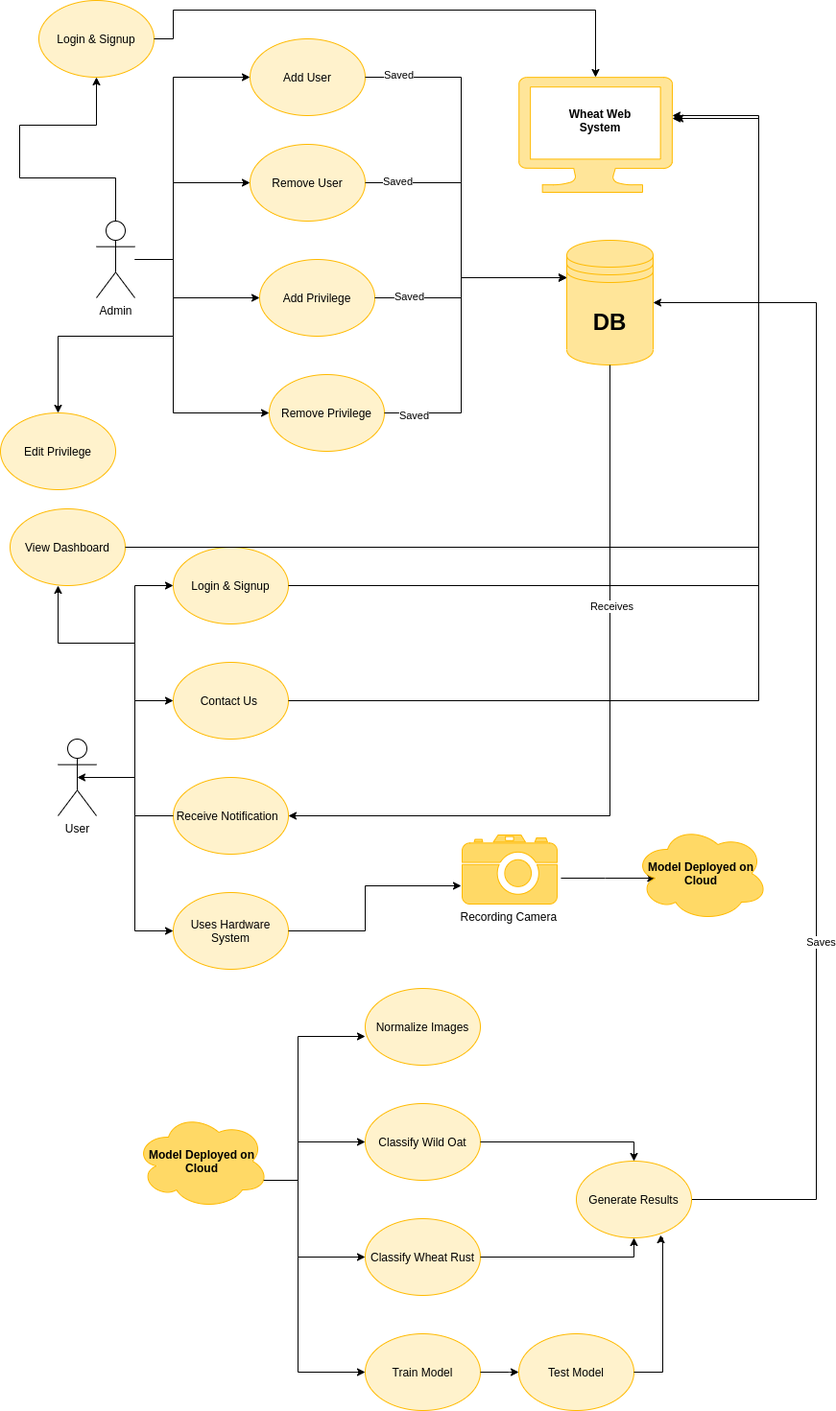
Earlier version of the draw.io export Diagrams/Operation_Scenario.png (BonyGeorge/Wheat-Impurities-System). Source tidied: cells renumbered, new cells last; positions are measured from the earlier drawing's top-left corner, leaving out a move shared by most shapes.
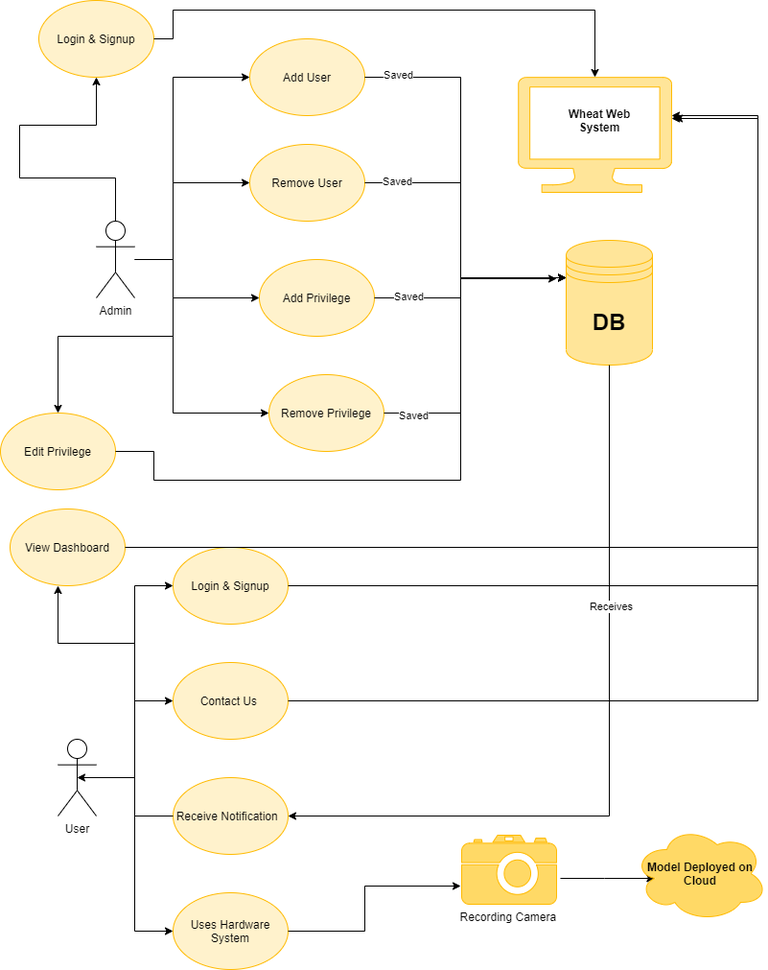
Later version of the same file.

Diff of the diagram source:
```diff
@@ -255,100 +255,16 @@
     <mxCell id="46" value="&lt;b&gt;Model Deployed on Cloud&lt;/b&gt;" style="ellipse;shape=cloud;whiteSpace=wrap;html=1;labelBackgroundColor=none;fontColor=#000000;fillColor=#FFD966;strokeColor=#FFBA01;" parent="1" vertex="1">
       <mxGeometry x="660" y="860" width="140" height="100" as="geometry" />
     </mxCell>
-    <mxCell id="47" style="edgeStyle=orthogonalEdgeStyle;rounded=0;jettySize=auto;html=1;fontColor=#000000;entryX=0;entryY=0.625;entryDx=0;entryDy=0;entryPerimeter=0;exitX=0.96;exitY=0.7;exitDx=0;exitDy=0;exitPerimeter=0;" parent="1" edge="1" source="48" target="51">
-      <mxGeometry relative="1" as="geometry">
-        <Array as="points">
-          <mxPoint x="310" y="1230" />
-          <mxPoint x="310" y="1080" />
-        </Array>
-      </mxGeometry>
-    </mxCell>
-    <mxCell id="48" value="&lt;b&gt;Model Deployed on Cloud&lt;/b&gt;" style="ellipse;shape=cloud;whiteSpace=wrap;html=1;labelBackgroundColor=none;fontColor=#000000;fillColor=#FFD966;strokeColor=#FFBA01;" parent="1" vertex="1">
-      <mxGeometry x="140" y="1160" width="140" height="100" as="geometry" />
-    </mxCell>
-    <mxCell id="49" value="Classify Wheat Rust" style="ellipse;whiteSpace=wrap;html=1;fillColor=#fff2cc;strokeColor=#FFBA01;" parent="1" vertex="1">
-      <mxGeometry x="380" y="1270" width="120" height="80" as="geometry" />
-    </mxCell>
-    <mxCell id="50" value="Classify Wild Oat" style="ellipse;whiteSpace=wrap;html=1;fillColor=#fff2cc;strokeColor=#FFBA01;" parent="1" vertex="1">
-      <mxGeometry x="380" y="1150" width="120" height="80" as="geometry" />
-    </mxCell>
-    <mxCell id="51" value="Normalize Images" style="ellipse;whiteSpace=wrap;html=1;fillColor=#fff2cc;strokeColor=#FFBA01;" parent="1" vertex="1">
-      <mxGeometry x="380" y="1030" width="120" height="80" as="geometry" />
-    </mxCell>
-    <mxCell id="52" value="Train Model" style="ellipse;whiteSpace=wrap;html=1;fillColor=#fff2cc;strokeColor=#FFBA01;" parent="1" vertex="1">
-      <mxGeometry x="380" y="1390" width="120" height="80" as="geometry" />
-    </mxCell>
-    <mxCell id="53" value="Test Model" style="ellipse;whiteSpace=wrap;html=1;fillColor=#fff2cc;strokeColor=#FFBA01;" parent="1" vertex="1">
-      <mxGeometry x="540" y="1390" width="120" height="80" as="geometry" />
-    </mxCell>
-    <mxCell id="54" style="edgeStyle=orthogonalEdgeStyle;rounded=0;jettySize=auto;html=1;exitX=1;exitY=0.5;exitDx=0;exitDy=0;entryX=0;entryY=0.5;entryDx=0;entryDy=0;" parent="1" edge="1" source="52" target="53">
-      <mxGeometry relative="1" as="geometry">
-        <Array as="points">
-          <mxPoint x="530" y="1430" />
-          <mxPoint x="530" y="1430" />
-        </Array>
-      </mxGeometry>
-    </mxCell>
-    <mxCell id="55" style="edgeStyle=orthogonalEdgeStyle;rounded=0;jettySize=auto;html=1;entryX=0;entryY=0.5;entryDx=0;entryDy=0;exitX=0.96;exitY=0.7;exitDx=0;exitDy=0;exitPerimeter=0;" parent="1" edge="1" source="48" target="49">
-      <mxGeometry relative="1" as="geometry">
-        <Array as="points">
-          <mxPoint x="310" y="1230" />
-          <mxPoint x="310" y="1310" />
-        </Array>
-      </mxGeometry>
-    </mxCell>
-    <mxCell id="56" style="edgeStyle=orthogonalEdgeStyle;rounded=0;jettySize=auto;html=1;entryX=0;entryY=0.5;entryDx=0;entryDy=0;exitX=0.96;exitY=0.7;exitDx=0;exitDy=0;exitPerimeter=0;" parent="1" edge="1" source="48" target="50">
-      <mxGeometry relative="1" as="geometry">
-        <Array as="points">
-          <mxPoint x="310" y="1230" />
-          <mxPoint x="310" y="1190" />
-        </Array>
-      </mxGeometry>
-    </mxCell>
-    <mxCell id="57" style="edgeStyle=orthogonalEdgeStyle;rounded=0;jettySize=auto;html=1;entryX=0;entryY=0.5;entryDx=0;entryDy=0;exitX=0.96;exitY=0.7;exitDx=0;exitDy=0;exitPerimeter=0;" parent="1" edge="1" source="48" target="52">
-      <mxGeometry relative="1" as="geometry">
-        <Array as="points">
-          <mxPoint x="310" y="1230" />
-          <mxPoint x="310" y="1430" />
-        </Array>
-      </mxGeometry>
-    </mxCell>
-    <mxCell id="58" style="edgeStyle=orthogonalEdgeStyle;rounded=0;jettySize=auto;html=1;entryX=1;entryY=0.5;entryDx=0;entryDy=0;exitX=1;exitY=0.5;exitDx=0;exitDy=0;" parent="1" edge="1" source="60" target="29">
-      <mxGeometry relative="1" as="geometry">
-        <Array as="points">
-          <mxPoint x="850" y="1250" />
-          <mxPoint x="850" y="315" />
-        </Array>
-      </mxGeometry>
-    </mxCell>
-    <mxCell id="59" value="Saves" style="edgeLabel;html=1;align=center;verticalAlign=middle;fontColor=#000000;" parent="58" vertex="1">
-      <mxGeometry x="-0.35" y="-4" relative="1" as="geometry" />
-    </mxCell>
-    <mxCell id="60" value="Generate Results" style="ellipse;whiteSpace=wrap;html=1;fillColor=#fff2cc;strokeColor=#FFBA01;" parent="1" vertex="1">
-      <mxGeometry x="600" y="1210" width="120" height="80" as="geometry" />
-    </mxCell>
-    <mxCell id="61" style="edgeStyle=orthogonalEdgeStyle;rounded=0;jettySize=auto;html=1;entryX=0.5;entryY=1;entryDx=0;entryDy=0;exitX=1;exitY=0.5;exitDx=0;exitDy=0;" parent="1" edge="1" source="49" target="60">
-      <mxGeometry relative="1" as="geometry">
-        <Array as="points">
-          <mxPoint x="660" y="1310" />
-        </Array>
-      </mxGeometry>
-    </mxCell>
-    <mxCell id="62" style="edgeStyle=orthogonalEdgeStyle;rounded=0;jettySize=auto;html=1;entryX=0.5;entryY=0;entryDx=0;entryDy=0;exitX=1;exitY=0.5;exitDx=0;exitDy=0;" parent="1" edge="1" source="50" target="60">
-      <mxGeometry relative="1" as="geometry">
-        <Array as="points">
-          <mxPoint x="660" y="1190" />
-        </Array>
-      </mxGeometry>
-    </mxCell>
-    <mxCell id="63" style="edgeStyle=orthogonalEdgeStyle;rounded=0;jettySize=auto;html=1;exitX=1;exitY=0.5;exitDx=0;exitDy=0;entryX=0.733;entryY=0.963;entryDx=0;entryDy=0;entryPerimeter=0;" parent="1" edge="1" source="53" target="60">
-      <mxGeometry relative="1" as="geometry">
-        <Array as="points">
-          <mxPoint x="690" y="1430" />
-          <mxPoint x="690" y="1290" />
-          <mxPoint x="688" y="1290" />
-        </Array>
-      </mxGeometry>
-    </mxCell>
+    <mxCell id="64" style="edgeStyle=orthogonalEdgeStyle;rounded=0;jettySize=auto;html=1;exitX=1;exitY=0.5;exitDx=0;exitDy=0;" parent="1" edge="1" source="8">
+      <mxGeometry relative="1" as="geometry">
+        <mxPoint x="580" y="290" as="targetPoint" />
+        <Array as="points">
+          <mxPoint x="160" y="470" />
+          <mxPoint x="160" y="500" />
+          <mxPoint x="480" y="500" />
+          <mxPoint x="480" y="290" />
+        </Array>
+      </mxGeometry>
+    </mxCell>
   </root>
 </mxGraphModel>
```
